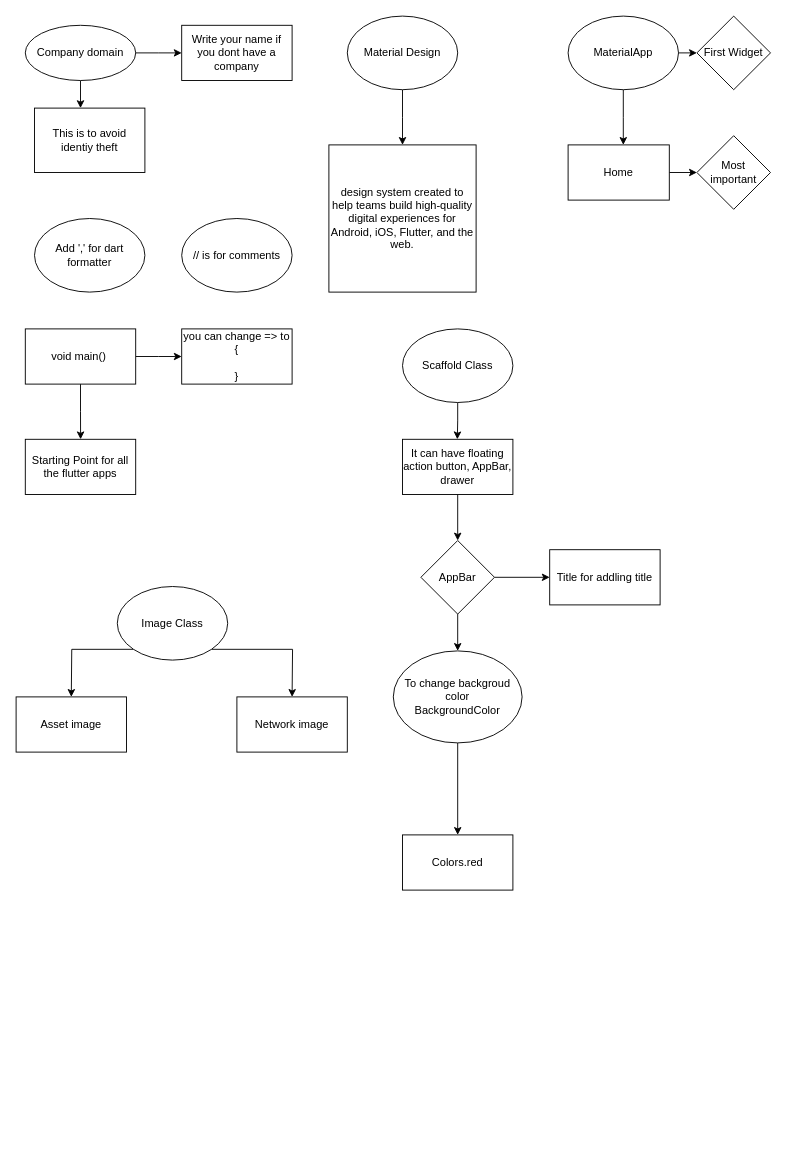
Before: 2. I am Rich.drawio in MrunmayS/learning-flutter, a draw.io diagram. Source tidied: cells renumbered, new cells numbered last; positions are measured from the earlier drawing's top-left corner, leaving out a move shared by most shapes. Both pictures are drawn from the tidied source at 92%, with x=0, y=0 at pixel (16, 16).
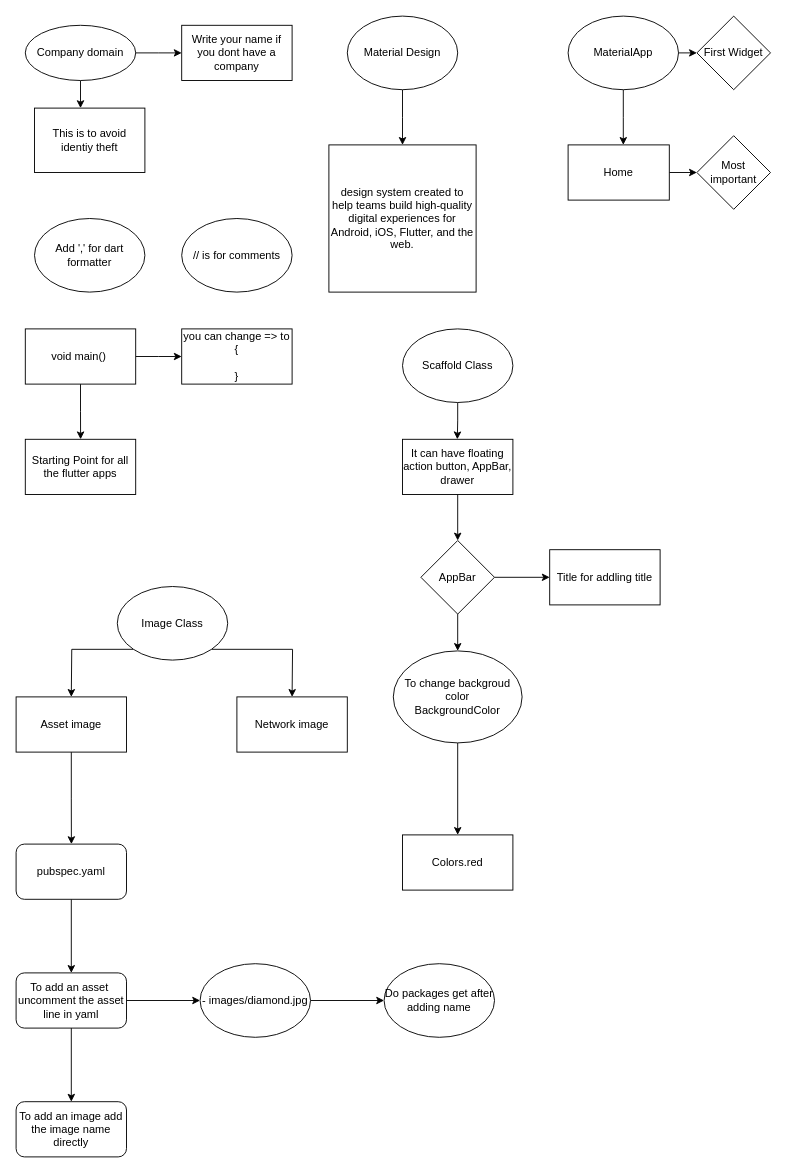
Above is the later version.

Unchanged cells that the change refers to:
```xml
<mxCell id="38" value="Asset image" style="whiteSpace=wrap;html=1;" parent="1" vertex="1">
  <mxGeometry y="740" width="120" height="60" as="geometry" />
</mxCell>
```

The edit, as a diff of the source:
```diff
@@
+    <mxCell id="40" style="edgeStyle=orthogonalEdgeStyle;rounded=0;jettySize=auto;html=1;exitX=0.5;exitY=1;exitDx=0;exitDy=0;" parent="1" edge="1" source="38">
+      <mxGeometry relative="1" as="geometry">
+        <mxPoint x="60.1" y="900" as="targetPoint" />
+      </mxGeometry>
+    </mxCell>
@@
+    <mxCell id="41" style="edgeStyle=orthogonalEdgeStyle;rounded=0;jettySize=auto;html=1;" parent="1" edge="1" source="42" target="45">
+      <mxGeometry relative="1" as="geometry" />
+    </mxCell>
+    <mxCell id="42" value="pubspec.yaml" style="rounded=1;whiteSpace=wrap;html=1;" parent="1" vertex="1">
+      <mxGeometry y="900" width="120" height="60" as="geometry" />
+    </mxCell>
+    <mxCell id="43" style="edgeStyle=orthogonalEdgeStyle;rounded=0;jettySize=auto;html=1;" parent="1" edge="1" source="45" target="47">
+      <mxGeometry relative="1" as="geometry" />
+    </mxCell>
+    <mxCell id="44" style="edgeStyle=orthogonalEdgeStyle;rounded=0;jettySize=auto;html=1;" parent="1" edge="1" source="45" target="48">
+      <mxGeometry relative="1" as="geometry" />
+    </mxCell>
+    <mxCell id="45" value="To add an asset&amp;nbsp;&lt;br&gt;uncomment the asset line in yaml" style="whiteSpace=wrap;html=1;rounded=1;" parent="1" vertex="1">
+      <mxGeometry y="1040" width="120" height="60" as="geometry" />
+    </mxCell>
+    <mxCell id="46" style="edgeStyle=orthogonalEdgeStyle;rounded=0;jettySize=auto;html=1;" parent="1" edge="1" source="47" target="49">
+      <mxGeometry relative="1" as="geometry" />
+    </mxCell>
+    <mxCell id="47" value="- images/diamond.jpg" style="ellipse;whiteSpace=wrap;html=1;rounded=1;" parent="1" vertex="1">
+      <mxGeometry x="200" y="1030" width="120" height="80" as="geometry" />
+    </mxCell>
+    <mxCell id="48" value="To add an image add the image name directly" style="whiteSpace=wrap;html=1;rounded=1;" parent="1" vertex="1">
+      <mxGeometry y="1180" width="120" height="60" as="geometry" />
+    </mxCell>
+    <mxCell id="49" value="Do packages get after adding name" style="ellipse;whiteSpace=wrap;html=1;rounded=1;" parent="1" vertex="1">
+      <mxGeometry x="400" y="1030" width="120" height="80" as="geometry" />
+    </mxCell>
```
